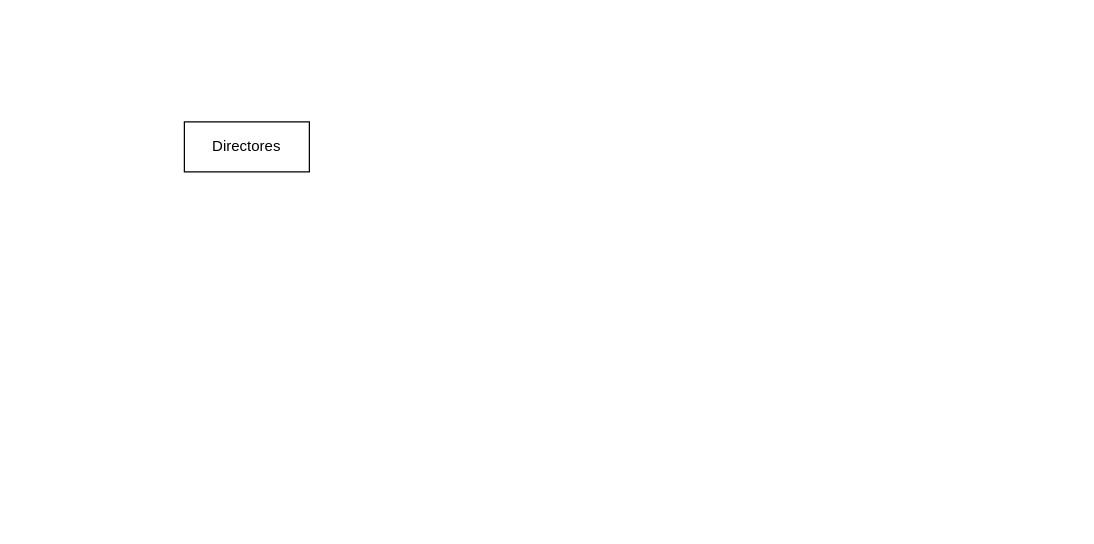
This is Diagrama sin título.drawio from Jospi04/base-de-datos, a draw.io file, before an edit. Source tidied: cells renumbered, new cells numbered last; positions are measured from the earlier drawing's top-left corner, leaving out a move shared by most shapes. Both pictures are drawn from the tidied source at 125%, with x=0, y=0 at pixel (184, 121).
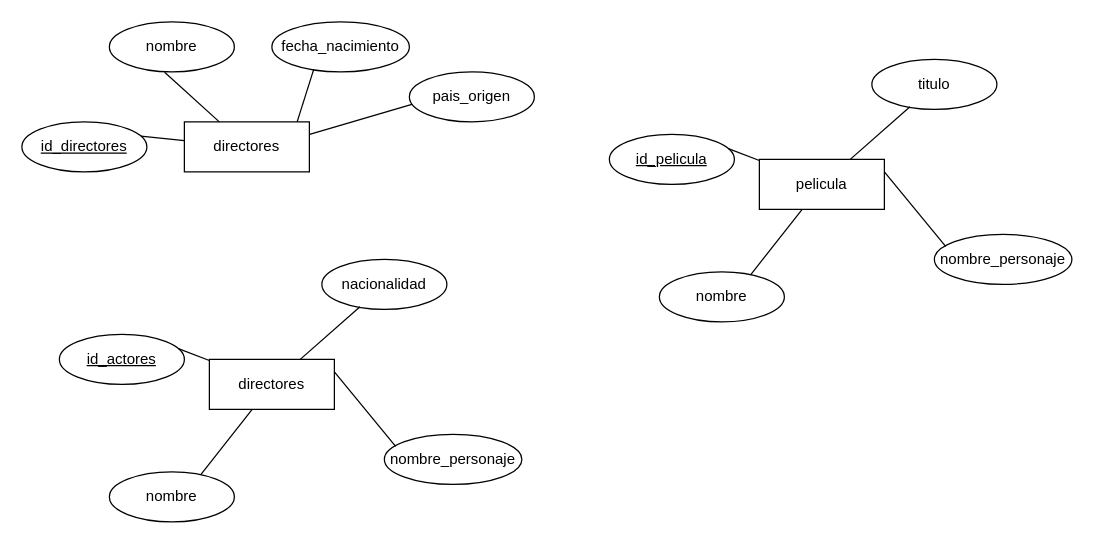
The same diagram, later.

What changed in the source:
```diff
@@
-    <mxCell id="2" value="Directores" style="whiteSpace=wrap;html=1;align=center;" parent="1" vertex="1">
+    <mxCell id="2" value="directores" style="whiteSpace=wrap;html=1;align=center;" parent="1" vertex="1">
       <mxGeometry width="100" height="40" as="geometry" />
     </mxCell>
+    <mxCell id="3" value="id_directores" style="ellipse;whiteSpace=wrap;html=1;align=center;fontStyle=4;" parent="1" vertex="1">
+      <mxGeometry x="-130" width="100" height="40" as="geometry" />
+    </mxCell>
+    <mxCell id="4" value="nombre" style="ellipse;whiteSpace=wrap;html=1;align=center;" parent="1" vertex="1">
+      <mxGeometry x="-60" y="-80" width="100" height="40" as="geometry" />
+    </mxCell>
+    <mxCell id="5" value="fecha_nacimiento" style="ellipse;whiteSpace=wrap;html=1;align=center;" parent="1" vertex="1">
+      <mxGeometry x="70" y="-80" width="110" height="40" as="geometry" />
+    </mxCell>
+    <mxCell id="6" value="pais_origen" style="ellipse;whiteSpace=wrap;html=1;align=center;" parent="1" vertex="1">
+      <mxGeometry x="180" y="-40" width="100" height="40" as="geometry" />
+    </mxCell>
+    <mxCell id="7" style="endArrow=none;html=1;rounded=0;exitX=0.952;exitY=0.286;exitDx=0;exitDy=0;exitPerimeter=0;" parent="1" edge="1" source="3" target="2">
+      <mxGeometry relative="1" as="geometry" />
+    </mxCell>
+    <mxCell id="8" style="endArrow=none;html=1;rounded=0;entryX=0.442;entryY=1.007;entryDx=0;entryDy=0;entryPerimeter=0;" parent="1" edge="1" source="2" target="4">
+      <mxGeometry relative="1" as="geometry" />
+    </mxCell>
+    <mxCell id="9" style="endArrow=none;html=1;rounded=0;exitX=0.902;exitY=-0.039;exitDx=0;exitDy=0;exitPerimeter=0;entryX=0.305;entryY=0.946;entryDx=0;entryDy=0;entryPerimeter=0;" parent="1" edge="1" target="5">
+      <mxGeometry relative="1" as="geometry">
+        <mxPoint x="90.2" as="sourcePoint" />
+      </mxGeometry>
+    </mxCell>
+    <mxCell id="10" style="endArrow=none;html=1;rounded=0;exitX=0.902;exitY=-0.039;exitDx=0;exitDy=0;exitPerimeter=0;" parent="1" edge="1">
+      <mxGeometry relative="1" as="geometry">
+        <mxPoint x="100.2" y="10" as="sourcePoint" />
+        <mxPoint x="182" y="-14" as="targetPoint" />
+      </mxGeometry>
+    </mxCell>
+    <mxCell id="11" value="directores" style="whiteSpace=wrap;html=1;align=center;" parent="1" vertex="1">
+      <mxGeometry x="20" y="190" width="100" height="40" as="geometry" />
+    </mxCell>
+    <mxCell id="12" value="id_actores" style="ellipse;whiteSpace=wrap;html=1;align=center;fontStyle=4;" parent="1" vertex="1">
+      <mxGeometry x="-100" y="170" width="100" height="40" as="geometry" />
+    </mxCell>
+    <mxCell id="13" value="nombre" style="ellipse;whiteSpace=wrap;html=1;align=center;" parent="1" vertex="1">
+      <mxGeometry x="-60" y="280" width="100" height="40" as="geometry" />
+    </mxCell>
+    <mxCell id="14" value="nacionalidad" style="ellipse;whiteSpace=wrap;html=1;align=center;" parent="1" vertex="1">
+      <mxGeometry x="110" y="110" width="100" height="40" as="geometry" />
+    </mxCell>
+    <mxCell id="15" value="nombre_personaje" style="ellipse;whiteSpace=wrap;html=1;align=center;" parent="1" vertex="1">
+      <mxGeometry x="160" y="250" width="110" height="40" as="geometry" />
+    </mxCell>
+    <mxCell id="16" style="endArrow=none;html=1;rounded=0;exitX=0.952;exitY=0.286;exitDx=0;exitDy=0;exitPerimeter=0;" parent="1" edge="1" source="12" target="11">
+      <mxGeometry relative="1" as="geometry" />
+    </mxCell>
+    <mxCell id="17" style="endArrow=none;html=1;rounded=0;entryX=0.73;entryY=0.058;entryDx=0;entryDy=0;entryPerimeter=0;" parent="1" edge="1" source="11" target="13">
+      <mxGeometry relative="1" as="geometry" />
+    </mxCell>
+    <mxCell id="18" style="endArrow=none;html=1;rounded=0;entryX=0.305;entryY=0.946;entryDx=0;entryDy=0;entryPerimeter=0;" parent="1" edge="1" source="11" target="14">
+      <mxGeometry relative="1" as="geometry" />
+    </mxCell>
+    <mxCell id="19" style="endArrow=none;html=1;rounded=0;exitX=1;exitY=0.25;exitDx=0;exitDy=0;entryX=0.082;entryY=0.242;entryDx=0;entryDy=0;entryPerimeter=0;" parent="1" edge="1" source="11" target="15">
+      <mxGeometry relative="1" as="geometry" />
+    </mxCell>
+    <mxCell id="20" value="pelicula" style="whiteSpace=wrap;html=1;align=center;" parent="1" vertex="1">
+      <mxGeometry x="460" y="30" width="100" height="40" as="geometry" />
+    </mxCell>
+    <mxCell id="21" value="id_pelicula" style="ellipse;whiteSpace=wrap;html=1;align=center;fontStyle=4;" parent="1" vertex="1">
+      <mxGeometry x="340" y="10" width="100" height="40" as="geometry" />
+    </mxCell>
+    <mxCell id="22" value="nombre" style="ellipse;whiteSpace=wrap;html=1;align=center;" parent="1" vertex="1">
+      <mxGeometry x="380" y="120" width="100" height="40" as="geometry" />
+    </mxCell>
+    <mxCell id="23" value="titulo" style="ellipse;whiteSpace=wrap;html=1;align=center;" parent="1" vertex="1">
+      <mxGeometry x="550" y="-50" width="100" height="40" as="geometry" />
+    </mxCell>
+    <mxCell id="24" value="nombre_personaje" style="ellipse;whiteSpace=wrap;html=1;align=center;" parent="1" vertex="1">
+      <mxGeometry x="600" y="90" width="110" height="40" as="geometry" />
+    </mxCell>
+    <mxCell id="25" style="endArrow=none;html=1;rounded=0;exitX=0.952;exitY=0.286;exitDx=0;exitDy=0;exitPerimeter=0;" parent="1" edge="1" source="21" target="20">
+      <mxGeometry relative="1" as="geometry" />
+    </mxCell>
+    <mxCell id="26" style="endArrow=none;html=1;rounded=0;entryX=0.73;entryY=0.058;entryDx=0;entryDy=0;entryPerimeter=0;" parent="1" edge="1" source="20" target="22">
+      <mxGeometry relative="1" as="geometry" />
+    </mxCell>
+    <mxCell id="27" style="endArrow=none;html=1;rounded=0;entryX=0.305;entryY=0.946;entryDx=0;entryDy=0;entryPerimeter=0;" parent="1" edge="1" source="20" target="23">
+      <mxGeometry relative="1" as="geometry" />
+    </mxCell>
+    <mxCell id="28" style="endArrow=none;html=1;rounded=0;exitX=1;exitY=0.25;exitDx=0;exitDy=0;entryX=0.082;entryY=0.242;entryDx=0;entryDy=0;entryPerimeter=0;" parent="1" edge="1" source="20" target="24">
+      <mxGeometry relative="1" as="geometry" />
+    </mxCell>
```
